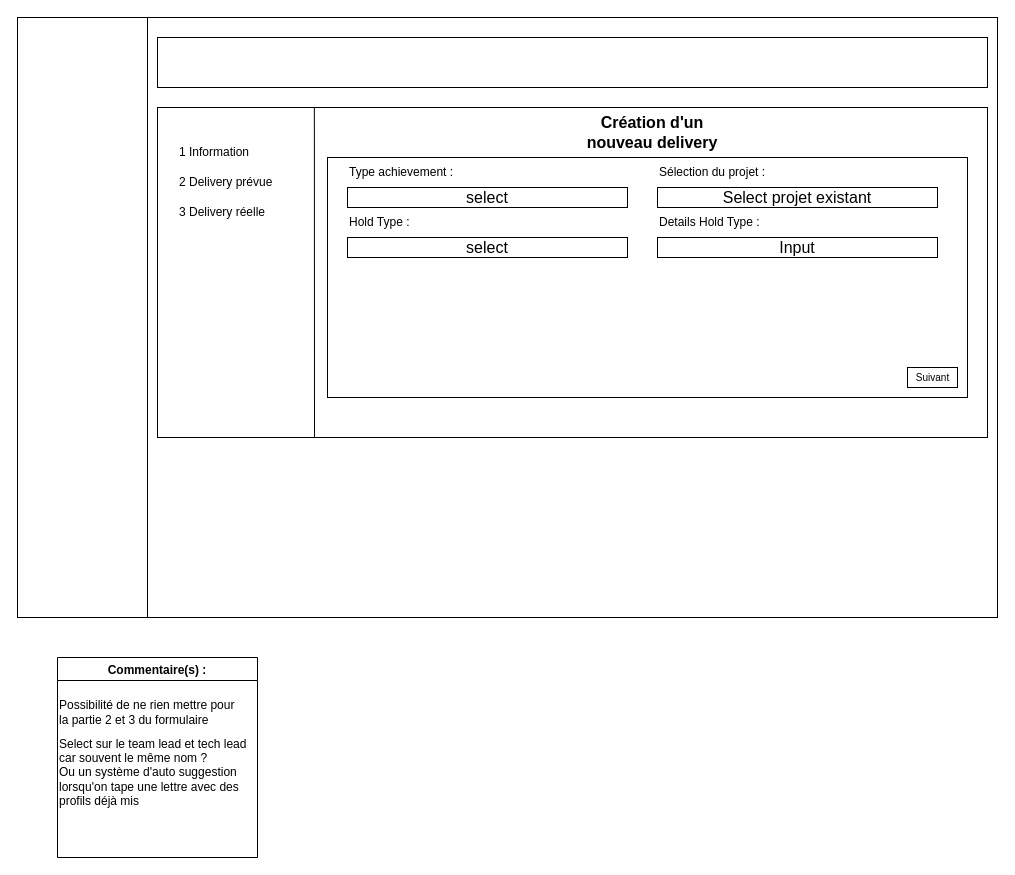
The draw.io diagram page "Ajout delivery form page 1" (3 of 7) of Untitled Diagram.drawio in Xurama/Test, before the edit. Source tidied: cells renumbered, new cells numbered last; positions are measured from the earlier drawing's top-left corner, leaving out a move shared by most shapes. Both pictures are drawn from the tidied source at 100%, with x=0, y=0 at pixel (17, 17).
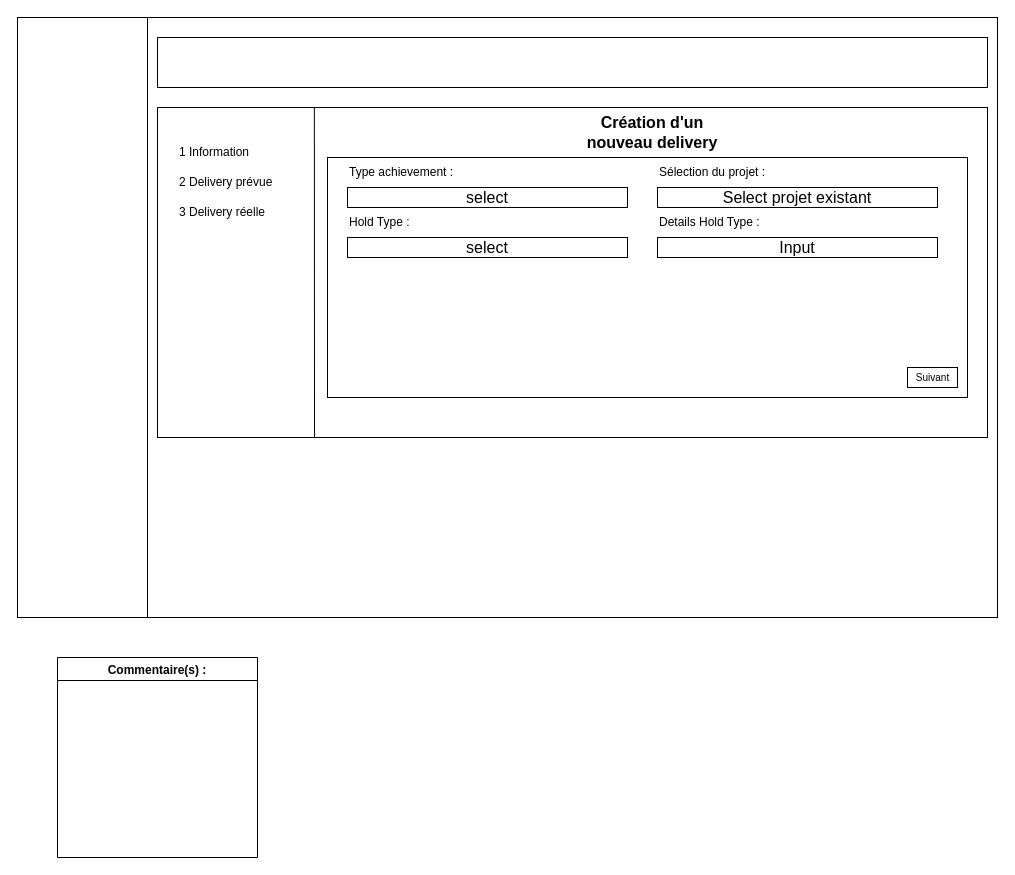
After the change.

Unchanged cells that the change refers to:
```xml
<mxCell id="19" value="Commentaire(s) :" style="swimlane;fontSize=12;" parent="1" vertex="1">
  <mxGeometry x="40" y="640" width="200" height="200" as="geometry" />
</mxCell>
```

What changed in the source:
```diff
@@
-    <mxCell id="20" value="Possibilité de ne rien mettre pour&lt;br&gt;la partie 2 et 3 du formulaire" style="text;html=1;align=left;verticalAlign=middle;strokeColor=none;fillColor=none;fontSize=12;" parent="19" vertex="1">
-      <mxGeometry y="40" width="190" height="30" as="geometry" />
-    </mxCell>
-    <mxCell id="21" value="Select sur le team lead et tech lead car souvent le même nom ?&amp;nbsp;&lt;br&gt;Ou un système d'auto suggestion lorsqu'on tape une lettre avec des profils déjà mis" style="text;html=1;strokeColor=none;fillColor=none;align=left;verticalAlign=middle;whiteSpace=wrap;rounded=0;fontSize=12;" parent="19" vertex="1">
-      <mxGeometry y="100" width="200" height="30" as="geometry" />
-    </mxCell>
```
